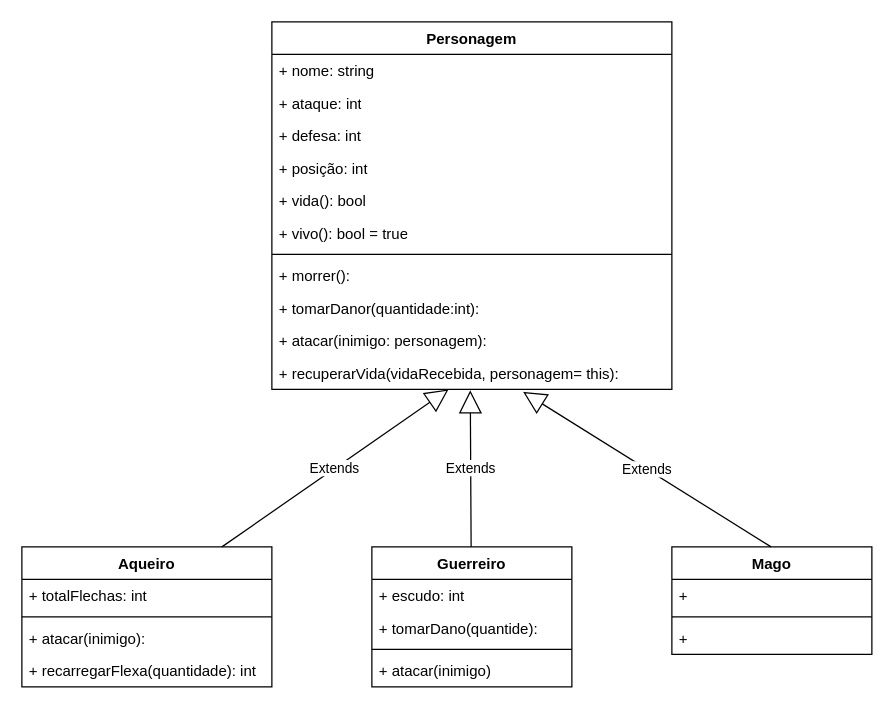
This is aulas/aula10/Diagram.drawio from dsdaniel-santana/logica_programacao, a draw.io file, before an edit. Source tidied: cells renumbered, new cells numbered last; positions are measured from the earlier drawing's top-left corner, leaving out a move shared by most shapes. Both pictures are drawn from the tidied source at 125%, with x=0, y=0 at pixel (21, 21).
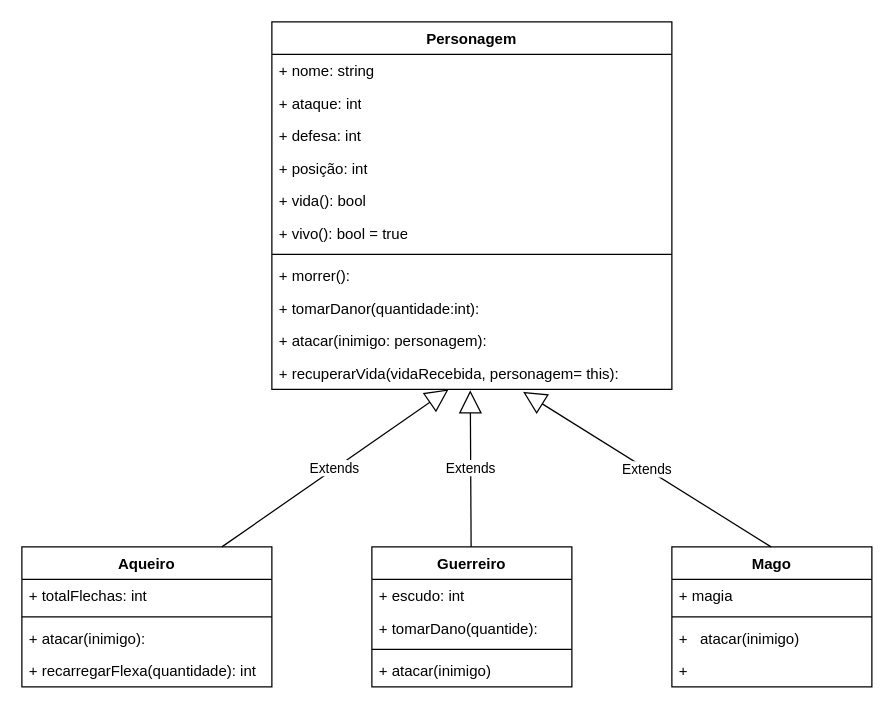
Above is the later version.

Diff of the diagram source:
```diff
@@
     <mxCell id="26" value="Mago" style="swimlane;fontStyle=1;align=center;verticalAlign=top;horizontal=1;startSize=26;" parent="1" vertex="1">
-      <mxGeometry x="520" y="420" width="160" height="86" as="geometry" />
+      <mxGeometry x="520" y="420" width="160" height="112" as="geometry" />
     </mxCell>
-    <mxCell id="27" value="+ " style="text;strokeColor=none;fillColor=none;align=left;verticalAlign=top;spacingLeft=4;spacingRight=4;overflow=hidden;" parent="26" vertex="1">
+    <mxCell id="27" value="+ magia" style="text;strokeColor=none;fillColor=none;align=left;verticalAlign=top;spacingLeft=4;spacingRight=4;overflow=hidden;" parent="26" vertex="1">
       <mxGeometry y="26" width="160" height="26" as="geometry" />
     </mxCell>
@@
-    <mxCell id="29" value="+   " style="text;strokeColor=none;fillColor=none;align=left;verticalAlign=top;spacingLeft=4;spacingRight=4;overflow=hidden;" parent="26" vertex="1">
+    <mxCell id="29" value="+   atacar(inimigo) " style="text;strokeColor=none;fillColor=none;align=left;verticalAlign=top;spacingLeft=4;spacingRight=4;overflow=hidden;" parent="26" vertex="1">
       <mxGeometry y="60" width="160" height="26" as="geometry" />
     </mxCell>
+    <mxCell id="31" value="+   " style="text;strokeColor=none;fillColor=none;align=left;verticalAlign=top;spacingLeft=4;spacingRight=4;overflow=hidden;" parent="26" vertex="1">
+      <mxGeometry y="86" width="160" height="26" as="geometry" />
+    </mxCell>
```
